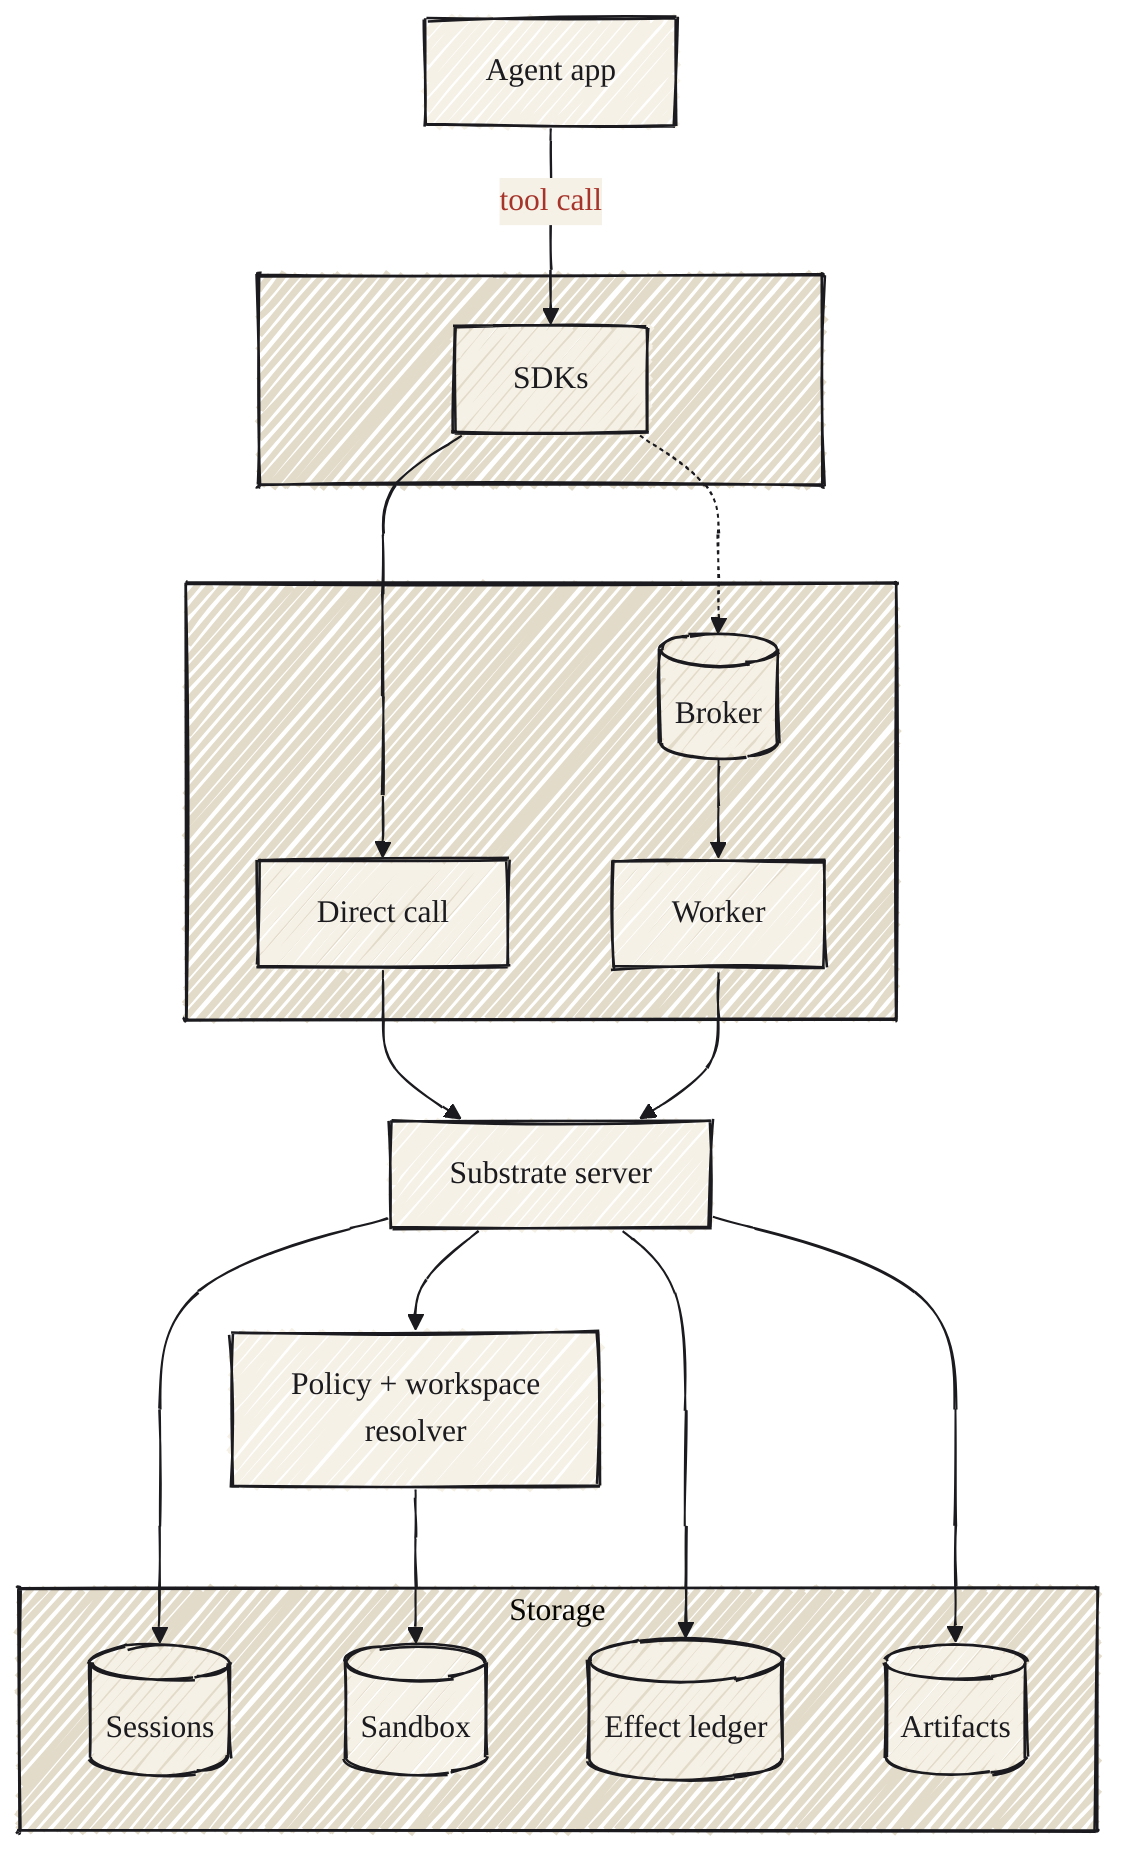
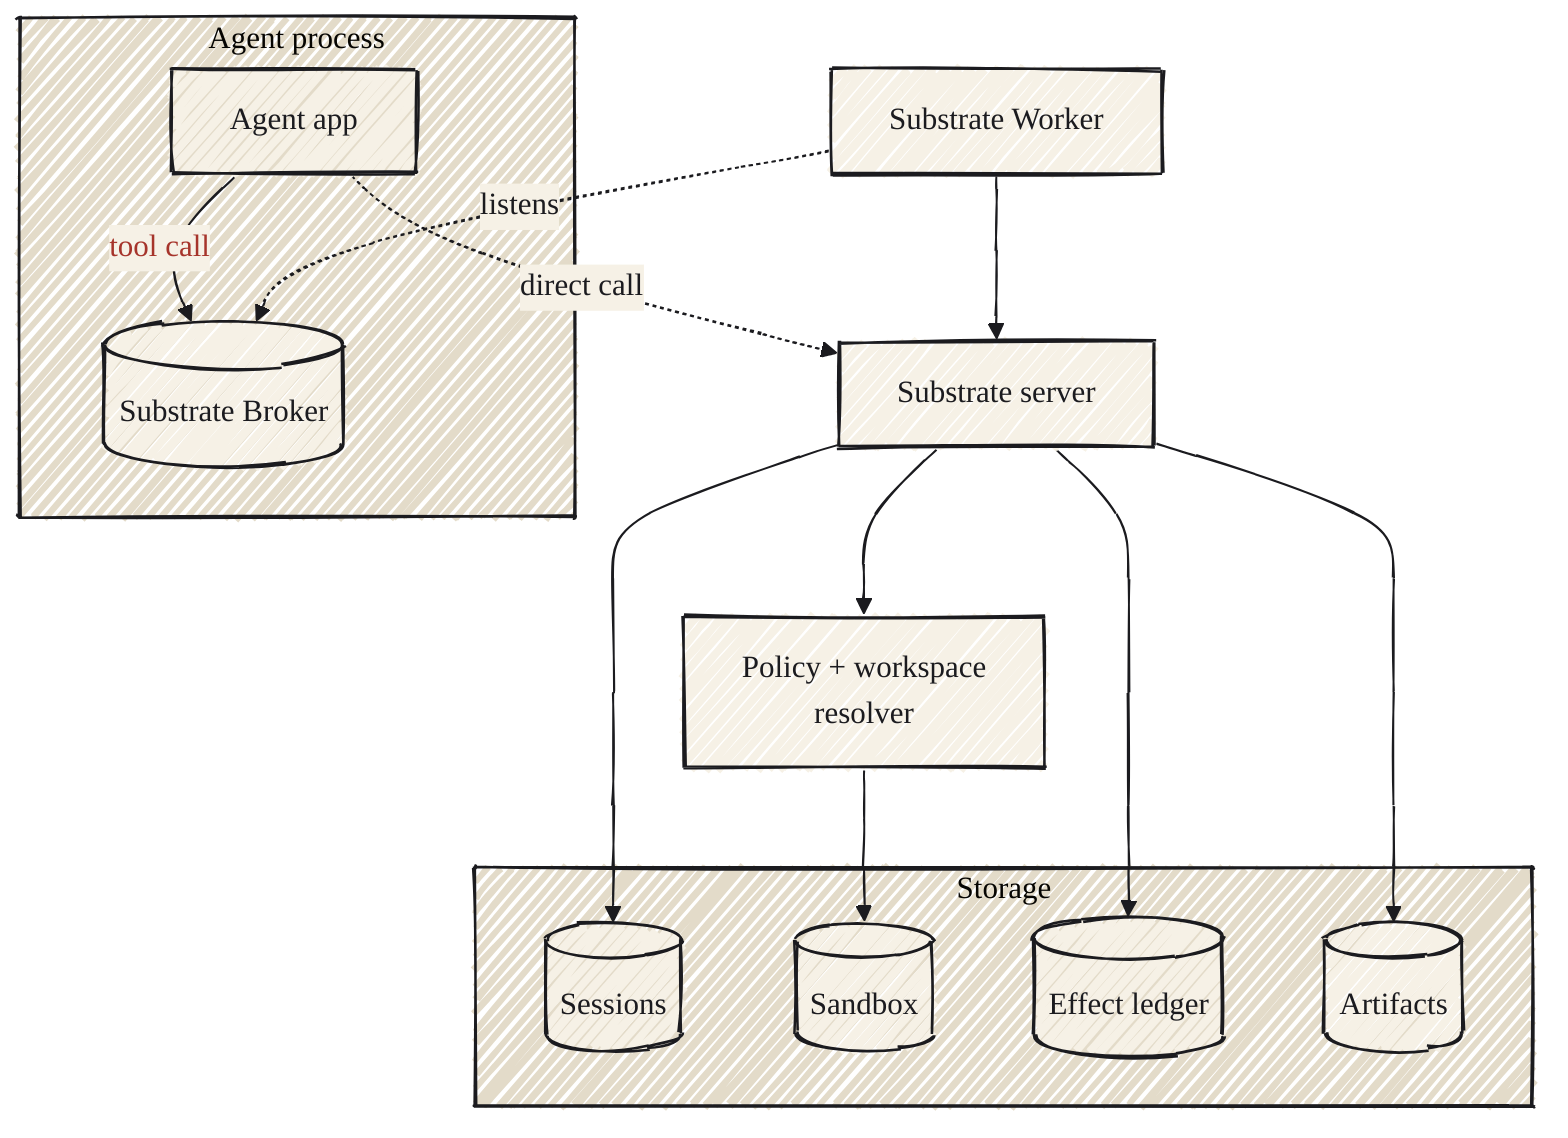
%%{init: {
  "look": "handDrawn",
  "theme": "base",
  "themeVariables": {
    "fontFamily": "Charter, Georgia, serif",
    "primaryColor": "#F6F1E6",
    "primaryBorderColor": "#1B1B1F",
    "primaryTextColor": "#1B1B1F",
    "lineColor": "#1B1B1F",
    "textColor": "#1B1B1F",
    "clusterBkg": "#E3DBC9",
    "clusterBorder": "#1B1B1F",
    "edgeLabelBackground": "#F6F1E6"
  }
}}%%
flowchart TB
-   agent["Agent app"]
- 
-   subgraph iface[" "]
-     sdk["SDKs"]
+   subgraph proc["Agent process"]
+     agent["Agent app"]
+     broker[("Substrate Broker")]
  end

-   subgraph dispatch[" "]
-     direct["Direct call"]
-     broker[("Broker")]
-     worker["Worker"]
-   end
+   worker["Substrate Worker"]

  server["Substrate server"]
  resolver["Policy + workspace<br/>resolver"]

  subgraph stores["Storage"]
    sessions[("Sessions")]
    fs[("Sandbox")]
    ledger[("Effect ledger")]
    artifacts[("Artifacts")]
  end

-   agent -->|"tool call"| sdk
-   sdk --> direct
-   sdk -.-> broker
-   broker --> worker
-   direct --> server
+   agent -->|"tool call"| broker
+   agent -.->|"direct call"| server
+   worker -.->|"listens"| broker
  worker --> server
  server --> resolver
  resolver --> fs
  server --> sessions
  server --> ledger
  server --> artifacts

  linkStyle 0 color:#A6342B
